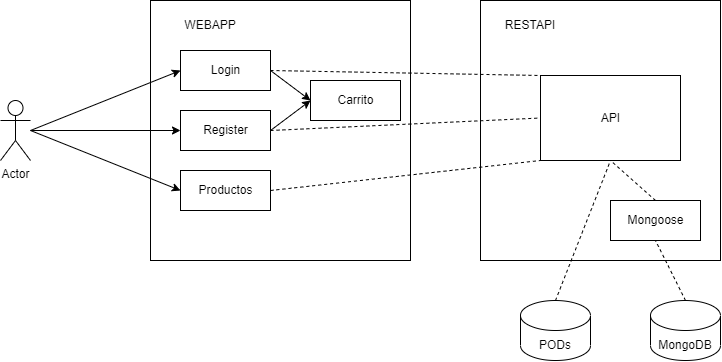
This is images/05_level3.png from Arquisoft/Arquisoft-dede_es_04a, a draw.io export, as it was before one commit. Source tidied: cells renumbered, new cells last; positions are measured from the earlier drawing's top-left corner, leaving out a move shared by most shapes. Its diagram source:
```xml
<mxGraphModel>
  <root>
    <mxCell id="0" />
    <mxCell id="1" parent="0" />
    <mxCell id="2" value="Actor" style="shape=umlActor;verticalLabelPosition=bottom;verticalAlign=top;html=1;" parent="1" vertex="1">
      <mxGeometry y="100" width="30" height="60" as="geometry" />
    </mxCell>
    <mxCell id="3" style="whiteSpace=wrap;html=1;" parent="1" vertex="1">
      <mxGeometry x="150" width="260" height="260" as="geometry" />
    </mxCell>
    <mxCell id="4" value="Login" style="html=1;" parent="1" vertex="1">
      <mxGeometry x="180" y="50" width="90" height="40" as="geometry" />
    </mxCell>
    <mxCell id="5" value="Register" style="html=1;" parent="1" vertex="1">
      <mxGeometry x="180" y="110" width="90" height="40" as="geometry" />
    </mxCell>
    <mxCell id="6" value="Carrito" style="html=1;" parent="1" vertex="1">
      <mxGeometry x="310" y="80" width="90" height="40" as="geometry" />
    </mxCell>
    <mxCell id="7" value="Productos" style="html=1;" parent="1" vertex="1">
      <mxGeometry x="180" y="170" width="90" height="40" as="geometry" />
    </mxCell>
    <mxCell id="8" style="endArrow=classic;html=1;rounded=0;entryX=0;entryY=0.5;entryDx=0;entryDy=0;" parent="1" edge="1" target="4">
      <mxGeometry relative="1" as="geometry">
        <mxPoint x="30" y="130" as="sourcePoint" />
      </mxGeometry>
    </mxCell>
    <mxCell id="9" style="endArrow=classic;html=1;rounded=0;entryX=0;entryY=0.5;entryDx=0;entryDy=0;" parent="1" edge="1" target="5">
      <mxGeometry relative="1" as="geometry">
        <mxPoint x="30" y="130" as="sourcePoint" />
      </mxGeometry>
    </mxCell>
    <mxCell id="10" style="endArrow=classic;html=1;rounded=0;entryX=0;entryY=0.5;entryDx=0;entryDy=0;" parent="1" edge="1" target="7">
      <mxGeometry relative="1" as="geometry">
        <mxPoint x="30" y="130" as="sourcePoint" />
      </mxGeometry>
    </mxCell>
    <mxCell id="11" style="endArrow=classic;html=1;rounded=0;exitX=1;exitY=0.5;exitDx=0;exitDy=0;entryX=0;entryY=0.5;entryDx=0;entryDy=0;" parent="1" edge="1" source="4" target="6">
      <mxGeometry relative="1" as="geometry" />
    </mxCell>
    <mxCell id="12" style="endArrow=classic;html=1;rounded=0;exitX=1;exitY=0.5;exitDx=0;exitDy=0;entryX=0;entryY=0.5;entryDx=0;entryDy=0;" parent="1" edge="1" source="5" target="6">
      <mxGeometry relative="1" as="geometry" />
    </mxCell>
    <mxCell id="13" value="WEBAPP" style="text;html=1;strokeColor=none;fillColor=none;align=center;verticalAlign=middle;whiteSpace=wrap;rounded=0;" parent="1" vertex="1">
      <mxGeometry x="180" y="10" width="60" height="30" as="geometry" />
    </mxCell>
    <mxCell id="14" style="shape=cylinder3;whiteSpace=wrap;html=1;boundedLbl=1;backgroundOutline=1;size=15;" parent="1" vertex="1">
      <mxGeometry x="650" y="300" width="70" height="60" as="geometry" />
    </mxCell>
    <mxCell id="15" style="shape=cylinder3;whiteSpace=wrap;html=1;boundedLbl=1;backgroundOutline=1;size=15;" parent="1" vertex="1">
      <mxGeometry x="520" y="300" width="70" height="60" as="geometry" />
    </mxCell>
    <mxCell id="16" value="PODs" style="text;html=1;strokeColor=none;fillColor=none;align=center;verticalAlign=middle;whiteSpace=wrap;rounded=0;" parent="1" vertex="1">
      <mxGeometry x="525" y="330" width="60" height="30" as="geometry" />
    </mxCell>
    <mxCell id="17" value="MongoDB" style="text;html=1;strokeColor=none;fillColor=none;align=center;verticalAlign=middle;whiteSpace=wrap;rounded=0;" parent="1" vertex="1">
      <mxGeometry x="655" y="330" width="60" height="30" as="geometry" />
    </mxCell>
    <mxCell id="18" style="rounded=0;whiteSpace=wrap;html=1;" parent="1" vertex="1">
      <mxGeometry x="480" width="240" height="260" as="geometry" />
    </mxCell>
    <mxCell id="19" value="RESTAPI" style="text;html=1;strokeColor=none;fillColor=none;align=center;verticalAlign=middle;whiteSpace=wrap;rounded=0;" parent="1" vertex="1">
      <mxGeometry x="500" y="10" width="60" height="30" as="geometry" />
    </mxCell>
    <mxCell id="20" style="endArrow=none;dashed=1;html=1;rounded=0;exitX=1;exitY=0.5;exitDx=0;exitDy=0;entryX=0;entryY=1;entryDx=0;entryDy=0;" parent="1" edge="1" source="7" target="21">
      <mxGeometry relative="1" as="geometry" />
    </mxCell>
    <mxCell id="21" value="API" style="html=1;" parent="1" vertex="1">
      <mxGeometry x="540" y="75" width="140" height="85" as="geometry" />
    </mxCell>
    <mxCell id="22" style="endArrow=none;dashed=1;html=1;rounded=0;exitX=1;exitY=0.5;exitDx=0;exitDy=0;entryX=0;entryY=0.5;entryDx=0;entryDy=0;" parent="1" edge="1" source="5" target="21">
      <mxGeometry relative="1" as="geometry" />
    </mxCell>
    <mxCell id="23" style="endArrow=none;dashed=1;html=1;rounded=0;exitX=1;exitY=0.5;exitDx=0;exitDy=0;entryX=0;entryY=0;entryDx=0;entryDy=0;" parent="1" edge="1" source="4" target="21">
      <mxGeometry relative="1" as="geometry" />
    </mxCell>
    <mxCell id="24" style="endArrow=none;dashed=1;html=1;rounded=0;entryX=0.5;entryY=1;entryDx=0;entryDy=0;exitX=0.5;exitY=0;exitDx=0;exitDy=0;exitPerimeter=0;" parent="1" edge="1" source="15" target="21">
      <mxGeometry relative="1" as="geometry" />
    </mxCell>
    <mxCell id="25" style="endArrow=none;dashed=1;html=1;rounded=0;entryX=0.5;entryY=1;entryDx=0;entryDy=0;exitX=0.5;exitY=0;exitDx=0;exitDy=0;exitPerimeter=0;startArrow=none;" parent="1" edge="1" source="26" target="21">
      <mxGeometry relative="1" as="geometry" />
    </mxCell>
    <mxCell id="26" value="Mongoose" style="html=1;" parent="1" vertex="1">
      <mxGeometry x="610" y="200" width="90" height="40" as="geometry" />
    </mxCell>
    <mxCell id="27" style="endArrow=none;dashed=1;html=1;rounded=0;entryX=0.5;entryY=1;entryDx=0;entryDy=0;exitX=0.5;exitY=0;exitDx=0;exitDy=0;exitPerimeter=0;" parent="1" edge="1" source="14" target="26">
      <mxGeometry relative="1" as="geometry" />
    </mxCell>
  </root>
</mxGraphModel>
```
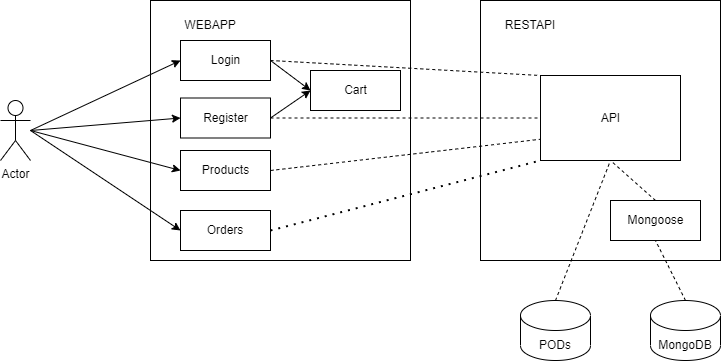
The same file after the commit.

Diff of the diagram source:
```diff
@@ -9,16 +9,16 @@
       <mxGeometry x="150" width="260" height="260" as="geometry" />
     </mxCell>
     <mxCell id="4" value="Login" style="html=1;" parent="1" vertex="1">
-      <mxGeometry x="180" y="50" width="90" height="40" as="geometry" />
+      <mxGeometry x="180" y="40" width="90" height="40" as="geometry" />
     </mxCell>
     <mxCell id="5" value="Register" style="html=1;" parent="1" vertex="1">
-      <mxGeometry x="180" y="110" width="90" height="40" as="geometry" />
+      <mxGeometry x="180" y="97.5" width="90" height="40" as="geometry" />
     </mxCell>
-    <mxCell id="6" value="Carrito" style="html=1;" parent="1" vertex="1">
-      <mxGeometry x="310" y="80" width="90" height="40" as="geometry" />
+    <mxCell id="6" value="Cart" style="html=1;" parent="1" vertex="1">
+      <mxGeometry x="310" y="70" width="90" height="40" as="geometry" />
     </mxCell>
-    <mxCell id="7" value="Productos" style="html=1;" parent="1" vertex="1">
-      <mxGeometry x="180" y="170" width="90" height="40" as="geometry" />
+    <mxCell id="7" value="Products" style="html=1;" parent="1" vertex="1">
+      <mxGeometry x="180" y="150" width="90" height="40" as="geometry" />
     </mxCell>
     <mxCell id="8" style="endArrow=classic;html=1;rounded=0;entryX=0;entryY=0.5;entryDx=0;entryDy=0;" parent="1" edge="1" target="4">
       <mxGeometry relative="1" as="geometry">
@@ -62,7 +62,7 @@
     <mxCell id="19" value="RESTAPI" style="text;html=1;strokeColor=none;fillColor=none;align=center;verticalAlign=middle;whiteSpace=wrap;rounded=0;" parent="1" vertex="1">
       <mxGeometry x="500" y="10" width="60" height="30" as="geometry" />
     </mxCell>
-    <mxCell id="20" style="endArrow=none;dashed=1;html=1;rounded=0;exitX=1;exitY=0.5;exitDx=0;exitDy=0;entryX=0;entryY=1;entryDx=0;entryDy=0;" parent="1" edge="1" source="7" target="21">
+    <mxCell id="20" style="endArrow=none;dashed=1;html=1;rounded=0;exitX=1;exitY=0.5;exitDx=0;exitDy=0;entryX=0;entryY=0.75;entryDx=0;entryDy=0;" parent="1" edge="1" source="7" target="21">
       <mxGeometry relative="1" as="geometry" />
     </mxCell>
     <mxCell id="21" value="API" style="html=1;" parent="1" vertex="1">
@@ -86,5 +86,19 @@
     <mxCell id="27" style="endArrow=none;dashed=1;html=1;rounded=0;entryX=0.5;entryY=1;entryDx=0;entryDy=0;exitX=0.5;exitY=0;exitDx=0;exitDy=0;exitPerimeter=0;" parent="1" edge="1" source="14" target="26">
       <mxGeometry relative="1" as="geometry" />
     </mxCell>
+    <mxCell id="28" style="rounded=0;whiteSpace=wrap;html=1;" parent="1" vertex="1">
+      <mxGeometry x="180" y="210" width="90" height="40" as="geometry" />
+    </mxCell>
+    <mxCell id="29" style="endArrow=classic;html=1;rounded=0;entryX=0;entryY=0.5;entryDx=0;entryDy=0;" parent="1" edge="1" target="28">
+      <mxGeometry relative="1" as="geometry">
+        <mxPoint x="30" y="130" as="sourcePoint" />
+      </mxGeometry>
+    </mxCell>
+    <mxCell id="30" value="Orders" style="text;html=1;strokeColor=none;fillColor=none;align=center;verticalAlign=middle;whiteSpace=wrap;rounded=0;" parent="1" vertex="1">
+      <mxGeometry x="195" y="215" width="60" height="30" as="geometry" />
+    </mxCell>
+    <mxCell id="31" style="endArrow=none;dashed=1;html=1;dashPattern=1 3;strokeWidth=2;rounded=0;exitX=1;exitY=0.5;exitDx=0;exitDy=0;entryX=0;entryY=1;entryDx=0;entryDy=0;" parent="1" edge="1" source="28" target="21">
+      <mxGeometry relative="1" as="geometry" />
+    </mxCell>
   </root>
 </mxGraphModel>
```
